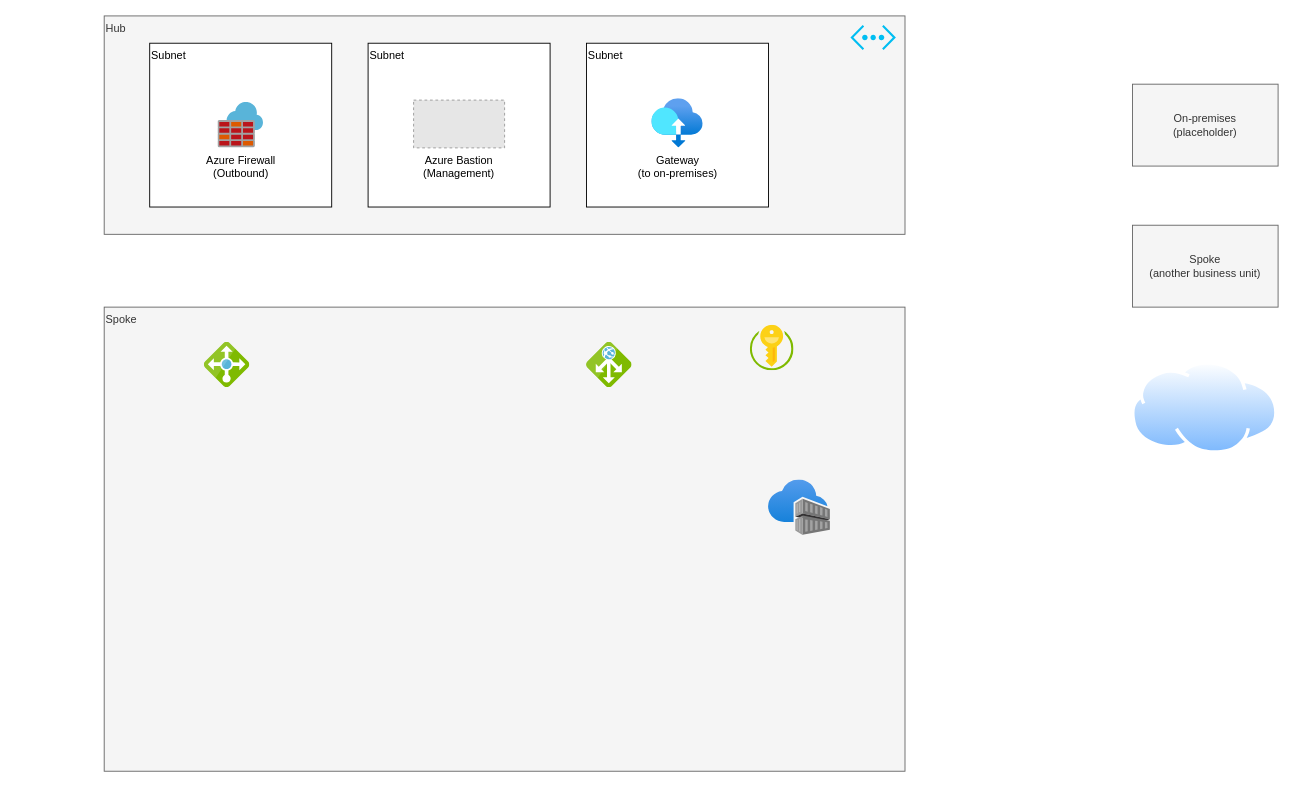
RoozbehBandpey/IaC-K8s-boilerplate keeps this draw.io diagram as azure-k8-service/architecture/diagrams/aks_service_mesh.drawio. Above is the earlier version. Source tidied: cells renumbered, new cells numbered last; positions are measured from the earlier drawing's top-left corner, leaving out a move shared by most shapes. Both pictures are drawn from the tidied source at 91%, with x=0, y=0 at pixel (104, 15). Pictures stored in the file or linked from it are replaced by grey dashed boxes.
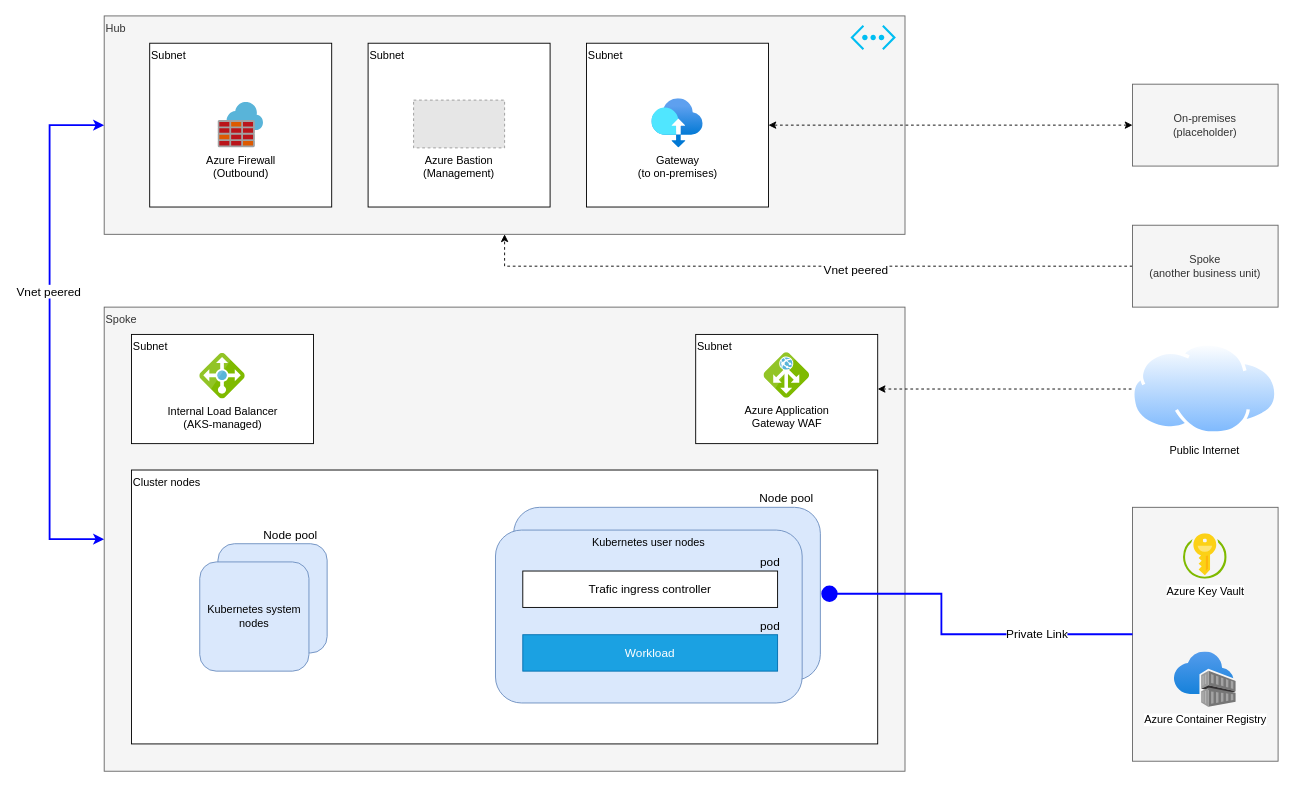
After the change.

Unchanged cells that the change refers to:
```xml
<mxCell id="2" value="Hub" style="rounded=0;whiteSpace=wrap;html=1;align=left;verticalAlign=top;fillColor=#f5f5f5;strokeColor=#666666;fontColor=#333333;" parent="1" vertex="1">
  <mxGeometry width="880" height="240" as="geometry" />
</mxCell>
<mxCell id="5" value="Subnet" style="rounded=0;whiteSpace=wrap;html=1;align=left;verticalAlign=top;" parent="1" vertex="1">
  <mxGeometry x="530" y="30" width="200" height="180" as="geometry" />
</mxCell>
<mxCell id="10" value="Spoke" style="rounded=0;whiteSpace=wrap;html=1;align=left;verticalAlign=top;fillColor=#f5f5f5;strokeColor=#666666;fontColor=#333333;" parent="1" vertex="1">
  <mxGeometry y="320" width="880" height="510" as="geometry" />
</mxCell>
```

The edit, as a diff of the source:
```diff
@@
+    <mxCell id="18" style="edgeStyle=orthogonalEdgeStyle;rounded=0;jettySize=auto;html=1;entryX=0;entryY=0.5;entryDx=0;entryDy=0;startArrow=classic;startFill=1;exitX=0;exitY=0.5;exitDx=0;exitDy=0;strokeWidth=2;strokeColor=#0000FF;" parent="1" edge="1" source="2" target="10">
+      <mxGeometry relative="1" as="geometry">
+        <Array as="points">
+          <mxPoint x="-60" y="120" />
+          <mxPoint x="-60" y="575" />
+        </Array>
+      </mxGeometry>
+    </mxCell>
+    <mxCell id="19" value="Vnet peered" style="edgeLabel;html=1;align=center;verticalAlign=middle;fontSize=13;" parent="18" vertex="1">
+      <mxGeometry x="-0.16" y="-2" relative="1" as="geometry" />
+    </mxCell>
@@
-    <mxCell id="9" style="perimeter=ellipsePerimeter;html=1;align=center;shadow=0;dashed=0;spacingTop=3;image;image=img/lib/active_directory/internet_cloud.svg;" parent="1" vertex="1">
-      <mxGeometry x="1128.9" y="380" width="161.1" height="101.5" as="geometry" />
+    <mxCell id="9" value="Public Internet" style="perimeter=ellipsePerimeter;html=1;align=center;shadow=0;dashed=0;spacingTop=3;image;image=img/lib/active_directory/internet_cloud.svg;" parent="1" vertex="1">
+      <mxGeometry x="1128.9" y="359.2" width="161.1" height="101.5" as="geometry" />
     </mxCell>
@@
+    <mxCell id="15" value="Gateway&lt;br&gt;(to on-premises)" style="html=1;align=center;image;fontSize=12;image=img/lib/azure2/migrate/Data_Box.svg;" parent="1" vertex="1">
+      <mxGeometry x="601.8" y="91" width="56.4" height="54" as="geometry" />
+    </mxCell>
+    <mxCell id="20" style="edgeStyle=orthogonalEdgeStyle;rounded=0;jettySize=auto;html=1;entryX=1;entryY=0.5;entryDx=0;entryDy=0;dashed=1;startArrow=classic;startFill=1;" parent="1" edge="1" source="16" target="5">
+      <mxGeometry relative="1" as="geometry" />
+    </mxCell>
+    <mxCell id="16" value="On-premises&lt;br&gt;(placeholder)" style="rounded=0;whiteSpace=wrap;html=1;align=center;verticalAlign=middle;fillColor=#f5f5f5;strokeColor=#666666;fontColor=#333333;" parent="1" vertex="1">
+      <mxGeometry x="1130" y="75" width="160" height="90" as="geometry" />
+    </mxCell>
+    <mxCell id="21" style="edgeStyle=orthogonalEdgeStyle;rounded=0;jettySize=auto;html=1;entryX=0.5;entryY=1;entryDx=0;entryDy=0;dashed=1;" parent="1" edge="1" source="17" target="2">
+      <mxGeometry relative="1" as="geometry" />
+    </mxCell>
+    <mxCell id="22" value="Vnet peered" style="edgeLabel;html=1;align=center;verticalAlign=middle;fontSize=13;" parent="21" vertex="1">
+      <mxGeometry x="-0.16" y="3" relative="1" as="geometry" />
+    </mxCell>
+    <mxCell id="17" value="Spoke&lt;br&gt;(another business unit)" style="rounded=0;whiteSpace=wrap;html=1;align=center;verticalAlign=middle;fillColor=#f5f5f5;strokeColor=#666666;fontColor=#333333;" parent="1" vertex="1">
+      <mxGeometry x="1130" y="230" width="160" height="90" as="geometry" />
+    </mxCell>
+    <mxCell id="23" style="rounded=0;whiteSpace=wrap;html=1;align=center;verticalAlign=middle;fillColor=#f5f5f5;strokeColor=#666666;fontColor=#333333;" parent="1" vertex="1">
+      <mxGeometry x="1130" y="540" width="160" height="279" as="geometry" />
+    </mxCell>
+    <mxCell id="14" value="Azure Key Vault" style="html=1;align=center;image;fontSize=12;image=img/lib/mscae/Key_Vaults.svg;" parent="1" vertex="1">
+      <mxGeometry x="1186" y="569" width="48" height="50" as="geometry" />
+    </mxCell>
-    <mxCell id="11" style="html=1;align=center;image;fontSize=12;image=img/lib/azure2/containers/Container_Registries.svg;" parent="1" vertex="1">
-      <mxGeometry x="730" y="510" width="68" height="61" as="geometry" />
+    <mxCell id="11" value="Azure Container Registry" style="html=1;align=center;image;fontSize=12;image=img/lib/azure2/containers/Container_Registries.svg;" parent="1" vertex="1">
+      <mxGeometry x="1176" y="699" width="68" height="61" as="geometry" />
     </mxCell>
+    <mxCell id="24" value="Subnet" style="rounded=0;whiteSpace=wrap;html=1;align=left;verticalAlign=top;" parent="1" vertex="1">
+      <mxGeometry x="650" y="350" width="200" height="120" as="geometry" />
+    </mxCell>
-    <mxCell id="12" style="html=1;align=center;image;fontSize=12;image=img/lib/mscae/Application_Gateway.svg;" parent="1" vertex="1">
-      <mxGeometry x="530" y="358.5" width="50" height="50" as="geometry" />
+    <mxCell id="12" value="Azure Application&lt;br&gt;Gateway WAF" style="html=1;align=center;image;fontSize=12;image=img/lib/mscae/Application_Gateway.svg;" parent="1" vertex="1">
+      <mxGeometry x="725" y="370" width="50" height="50" as="geometry" />
     </mxCell>
+    <mxCell id="25" style="edgeStyle=orthogonalEdgeStyle;rounded=0;jettySize=auto;html=1;entryX=1;entryY=0.5;entryDx=0;entryDy=0;dashed=1;" parent="1" edge="1" source="9" target="24">
+      <mxGeometry relative="1" as="geometry" />
+    </mxCell>
+    <mxCell id="26" value="Subnet" style="rounded=0;whiteSpace=wrap;html=1;align=left;verticalAlign=top;" parent="1" vertex="1">
+      <mxGeometry x="30" y="350" width="200" height="120" as="geometry" />
+    </mxCell>
-    <mxCell id="13" style="html=1;align=center;image;fontSize=12;image=img/lib/mscae/Load_Balancer_feature.svg;" parent="1" vertex="1">
-      <mxGeometry x="110" y="358.5" width="50" height="50" as="geometry" />
+    <mxCell id="13" value="Internal Load Balancer&lt;br&gt;(AKS-managed)" style="html=1;align=center;image;fontSize=12;image=img/lib/mscae/Load_Balancer_feature.svg;" parent="1" vertex="1">
+      <mxGeometry x="105" y="370.8" width="50" height="50" as="geometry" />
     </mxCell>
-    <mxCell id="14" style="html=1;align=center;image;fontSize=12;image=img/lib/mscae/Key_Vaults.svg;" parent="1" vertex="1">
-      <mxGeometry x="710" y="340" width="48" height="50" as="geometry" />
-    </mxCell>
-    <mxCell id="15" value="Gateway&lt;br&gt;(to on-premises)" style="html=1;align=center;image;fontSize=12;image=img/lib/azure2/migrate/Data_Box.svg;" parent="1" vertex="1">
-      <mxGeometry x="601.8" y="91" width="56.4" height="54" as="geometry" />
-    </mxCell>
-    <mxCell id="16" value="On-premises&lt;br&gt;(placeholder)" style="rounded=0;whiteSpace=wrap;html=1;align=center;verticalAlign=middle;fillColor=#f5f5f5;strokeColor=#666666;fontColor=#333333;" parent="1" vertex="1">
-      <mxGeometry x="1130" y="75" width="160" height="90" as="geometry" />
-    </mxCell>
-    <mxCell id="17" value="Spoke&lt;br&gt;(another business unit)" style="rounded=0;whiteSpace=wrap;html=1;align=center;verticalAlign=middle;fillColor=#f5f5f5;strokeColor=#666666;fontColor=#333333;" parent="1" vertex="1">
-      <mxGeometry x="1130" y="230" width="160" height="90" as="geometry" />
-    </mxCell>
+    <mxCell id="27" value="Cluster nodes" style="rounded=0;whiteSpace=wrap;html=1;align=left;verticalAlign=top;" parent="1" vertex="1">
+      <mxGeometry x="30" y="499" width="820" height="301" as="geometry" />
+    </mxCell>
+    <mxCell id="28" style="rounded=1;whiteSpace=wrap;html=1;align=center;fillColor=#dae8fc;strokeColor=#6c8ebf;" parent="1" vertex="1">
+      <mxGeometry x="125" y="580" width="120" height="120" as="geometry" />
+    </mxCell>
+    <mxCell id="29" value="Kubernetes system nodes" style="rounded=1;whiteSpace=wrap;html=1;align=center;fillColor=#dae8fc;strokeColor=#6c8ebf;" parent="1" vertex="1">
+      <mxGeometry x="105" y="600" width="120" height="120" as="geometry" />
+    </mxCell>
+    <mxCell id="30" style="edgeStyle=orthogonalEdgeStyle;rounded=0;jettySize=auto;html=1;exitX=1;exitY=0.5;exitDx=0;exitDy=0;entryX=0;entryY=0.5;entryDx=0;entryDy=0;fontSize=13;startArrow=circle;startFill=1;strokeColor=#0000FF;strokeWidth=2;endArrow=none;endFill=0;" parent="1" edge="1" source="32" target="23">
+      <mxGeometry relative="1" as="geometry">
+        <Array as="points">
+          <mxPoint x="920" y="635" />
+          <mxPoint x="920" y="680" />
+        </Array>
+      </mxGeometry>
+    </mxCell>
+    <mxCell id="31" value="Private Link" style="edgeLabel;html=1;align=center;verticalAlign=middle;fontSize=13;" parent="30" vertex="1">
+      <mxGeometry x="0.45" y="2" relative="1" as="geometry">
+        <mxPoint x="1" y="1" as="offset" />
+      </mxGeometry>
+    </mxCell>
+    <mxCell id="32" style="rounded=1;whiteSpace=wrap;html=1;align=center;fillColor=#dae8fc;strokeColor=#6c8ebf;" parent="1" vertex="1">
+      <mxGeometry x="450" y="540" width="337" height="190" as="geometry" />
+    </mxCell>
+    <mxCell id="33" value="Kubernetes user nodes" style="rounded=1;whiteSpace=wrap;html=1;align=center;fillColor=#dae8fc;strokeColor=#6c8ebf;verticalAlign=top;" parent="1" vertex="1">
+      <mxGeometry x="430" y="565" width="337" height="190" as="geometry" />
+    </mxCell>
+    <mxCell id="34" value="Trafic ingress controller" style="rounded=0;whiteSpace=wrap;html=1;fontSize=13;align=center;" parent="1" vertex="1">
+      <mxGeometry x="460" y="610" width="280" height="40" as="geometry" />
+    </mxCell>
+    <mxCell id="35" value="Workload" style="rounded=0;whiteSpace=wrap;html=1;fontSize=13;align=center;fillColor=#1ba1e2;strokeColor=#006EAF;fontColor=#ffffff;" parent="1" vertex="1">
+      <mxGeometry x="460" y="680" width="280" height="40" as="geometry" />
+    </mxCell>
+    <mxCell id="36" value="Node pool" style="text;html=1;strokeColor=none;fillColor=none;align=center;verticalAlign=middle;whiteSpace=wrap;rounded=0;fontSize=13;" parent="1" vertex="1">
+      <mxGeometry x="170" y="560" width="70" height="20" as="geometry" />
+    </mxCell>
+    <mxCell id="37" value="Node pool" style="text;html=1;strokeColor=none;fillColor=none;align=center;verticalAlign=middle;whiteSpace=wrap;rounded=0;fontSize=13;" parent="1" vertex="1">
+      <mxGeometry x="715" y="520" width="70" height="20" as="geometry" />
+    </mxCell>
+    <mxCell id="38" value="pod" style="text;html=1;strokeColor=none;fillColor=none;align=center;verticalAlign=middle;whiteSpace=wrap;rounded=0;fontSize=13;" parent="1" vertex="1">
+      <mxGeometry x="697" y="590" width="70" height="20" as="geometry" />
+    </mxCell>
+    <mxCell id="39" value="pod" style="text;html=1;strokeColor=none;fillColor=none;align=center;verticalAlign=middle;whiteSpace=wrap;rounded=0;fontSize=13;" parent="1" vertex="1">
+      <mxGeometry x="697" y="660" width="70" height="20" as="geometry" />
+    </mxCell>
```
